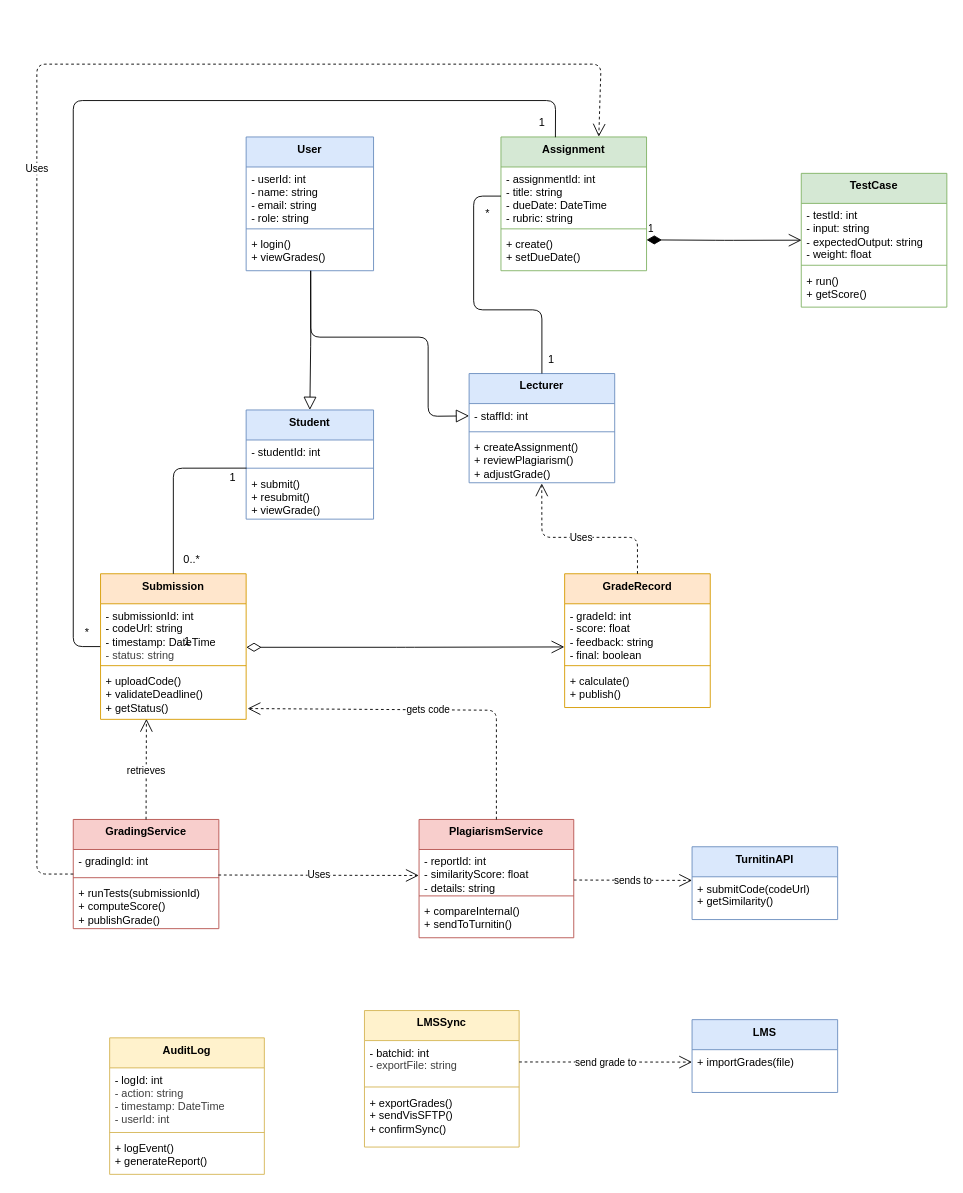
The draw.io diagram Practicals/practical 3/class_diagram.drawio in Gayley007/SS2026_SDA202_02240340, before the edit. Source tidied: cells renumbered, new cells numbered last; positions are measured from the earlier drawing's top-left corner, leaving out a move shared by most shapes. Both pictures are drawn from the tidied source at 91%, with x=0, y=0 at pixel (36, 64).
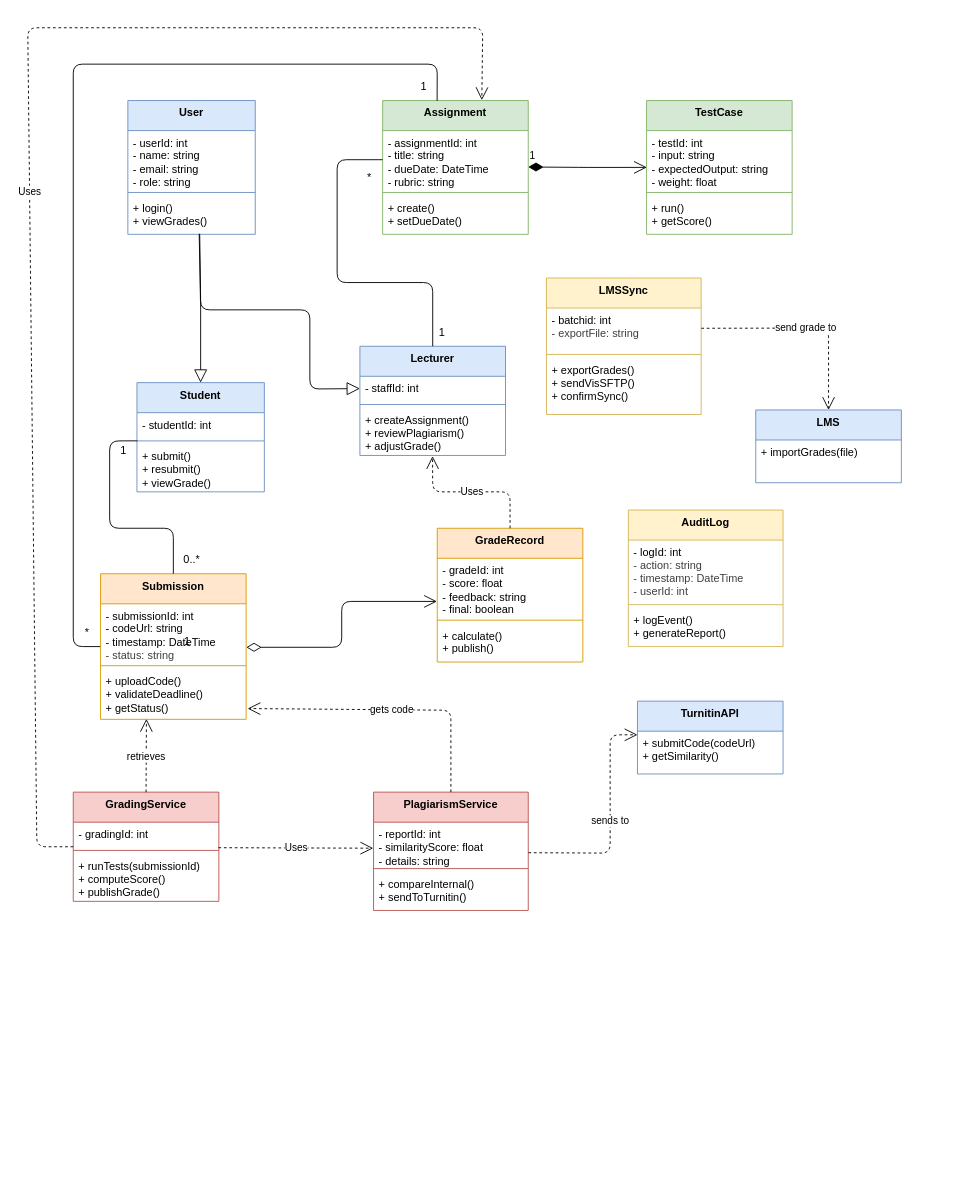
After the change.

The change refers to these unchanged cells:
```xml
<mxCell id="5" value="&lt;span style=&quot;scrollbar-color: rgb(226, 226, 226) rgb(251, 251, 251); text-wrap-mode: nowrap; color: rgb(0, 0, 0);&quot;&gt;+ login()&lt;/span&gt;&lt;br style=&quot;scrollbar-color: rgb(226, 226, 226) rgb(251, 251, 251); text-wrap-mode: nowrap; padding: 0px; margin: 0px; color: rgb(63, 63, 63);&quot;&gt;&lt;span style=&quot;scrollbar-color: rgb(226, 226, 226) rgb(251, 251, 251); text-wrap-mode: nowrap; color: rgb(0, 0, 0);&quot;&gt;+ viewGrades()&lt;/span&gt;" style="text;strokeColor=none;fillColor=none;align=left;verticalAlign=top;spacingLeft=4;spacingRight=4;overflow=hidden;points=[[0,0.5],[1,0.5]];portConstraint=eastwest;whiteSpace=wrap;html=1;" parent="2" vertex="1">
  <mxGeometry y="105" width="140" height="42" as="geometry" />
</mxCell>
<mxCell id="9" value="&lt;span style=&quot;scrollbar-color: rgb(226, 226, 226) rgb(251, 251, 251); text-wrap-mode: nowrap; color: rgb(0, 0, 0);&quot;&gt;+ submit()&lt;/span&gt;&lt;br style=&quot;scrollbar-color: rgb(226, 226, 226) rgb(251, 251, 251); text-wrap-mode: nowrap; padding: 0px; margin: 0px; color: rgb(63, 63, 63);&quot;&gt;&lt;span style=&quot;scrollbar-color: rgb(226, 226, 226) rgb(251, 251, 251); text-wrap-mode: nowrap; color: rgb(0, 0, 0);&quot;&gt;+ resubmit()&lt;/span&gt;&lt;div&gt;&lt;font color=&quot;#000000&quot;&gt;&lt;span style=&quot;text-wrap-mode: nowrap;&quot;&gt;+ viewGrade()&lt;/span&gt;&lt;/font&gt;&lt;/div&gt;" style="text;strokeColor=none;fillColor=none;align=left;verticalAlign=top;spacingLeft=4;spacingRight=4;overflow=hidden;points=[[0,0.5],[1,0.5]];portConstraint=eastwest;whiteSpace=wrap;html=1;" parent="6" vertex="1">
  <mxGeometry y="68" width="140" height="52" as="geometry" />
</mxCell>
<mxCell id="11" value="&lt;span style=&quot;text-wrap-mode: nowrap;&quot;&gt;- staffId: int&lt;/span&gt;" style="text;strokeColor=none;fillColor=none;align=left;verticalAlign=top;spacingLeft=4;spacingRight=4;overflow=hidden;points=[[0,0.5],[1,0.5]];portConstraint=eastwest;whiteSpace=wrap;html=1;" parent="10" vertex="1">
  <mxGeometry y="33" width="160" height="27" as="geometry" />
</mxCell>
<mxCell id="13" value="&lt;span style=&quot;scrollbar-color: rgb(226, 226, 226) rgb(251, 251, 251); text-wrap-mode: nowrap; color: rgb(0, 0, 0);&quot;&gt;+ createAssignment()&lt;/span&gt;&lt;br style=&quot;scrollbar-color: rgb(226, 226, 226) rgb(251, 251, 251); text-wrap-mode: nowrap; padding: 0px; margin: 0px; color: rgb(63, 63, 63);&quot;&gt;&lt;span style=&quot;scrollbar-color: rgb(226, 226, 226) rgb(251, 251, 251); text-wrap-mode: nowrap; color: rgb(0, 0, 0);&quot;&gt;+ reviewPlagiarism()&lt;/span&gt;&lt;div&gt;&lt;font color=&quot;#000000&quot;&gt;&lt;span style=&quot;text-wrap-mode: nowrap;&quot;&gt;+ adjustGrade()&lt;/span&gt;&lt;/font&gt;&lt;/div&gt;" style="text;strokeColor=none;fillColor=none;align=left;verticalAlign=top;spacingLeft=4;spacingRight=4;overflow=hidden;points=[[0,0.5],[1,0.5]];portConstraint=eastwest;whiteSpace=wrap;html=1;" parent="10" vertex="1">
  <mxGeometry y="68" width="160" height="52" as="geometry" />
</mxCell>
<mxCell id="15" value="&lt;span style=&quot;scrollbar-color: rgb(226, 226, 226) rgb(251, 251, 251); text-wrap-mode: nowrap; color: rgb(0, 0, 0);&quot;&gt;- assignmentId: int&lt;br&gt;&lt;/span&gt;&lt;div&gt;&lt;span style=&quot;scrollbar-color: rgb(226, 226, 226) rgb(251, 251, 251); text-wrap-mode: nowrap; color: rgb(0, 0, 0);&quot;&gt;- title: string&lt;/span&gt;&lt;/div&gt;&lt;div&gt;&lt;span style=&quot;scrollbar-color: rgb(226, 226, 226) rgb(251, 251, 251); text-wrap-mode: nowrap; color: rgb(0, 0, 0);&quot;&gt;- dueDate: DateTime&lt;/span&gt;&lt;/div&gt;&lt;div&gt;&lt;font color=&quot;#000000&quot;&gt;&lt;span style=&quot;text-wrap-mode: nowrap;&quot;&gt;- rubric: string&lt;/span&gt;&lt;/font&gt;&lt;/div&gt;" style="text;strokeColor=none;fillColor=none;align=left;verticalAlign=top;spacingLeft=4;spacingRight=4;overflow=hidden;points=[[0,0.5],[1,0.5]];portConstraint=eastwest;whiteSpace=wrap;html=1;" parent="14" vertex="1">
  <mxGeometry y="33" width="160" height="64" as="geometry" />
</mxCell>
<mxCell id="19" value="&lt;span style=&quot;scrollbar-color: rgb(226, 226, 226) rgb(251, 251, 251); text-wrap-mode: nowrap; color: rgb(0, 0, 0);&quot;&gt;- testId: int&lt;br&gt;&lt;/span&gt;&lt;div&gt;&lt;span style=&quot;scrollbar-color: rgb(226, 226, 226) rgb(251, 251, 251); text-wrap-mode: nowrap; color: rgb(0, 0, 0);&quot;&gt;- input: string&lt;/span&gt;&lt;/div&gt;&lt;div&gt;&lt;font color=&quot;#000000&quot;&gt;&lt;span style=&quot;text-wrap-mode: nowrap;&quot;&gt;- expectedOutput: string&lt;/span&gt;&lt;/font&gt;&lt;/div&gt;&lt;div&gt;&lt;font color=&quot;#000000&quot;&gt;&lt;span style=&quot;text-wrap-mode: nowrap;&quot;&gt;- weight: float&lt;/span&gt;&lt;/font&gt;&lt;/div&gt;" style="text;strokeColor=none;fillColor=none;align=left;verticalAlign=top;spacingLeft=4;spacingRight=4;overflow=hidden;points=[[0,0.5],[1,0.5]];portConstraint=eastwest;whiteSpace=wrap;html=1;" parent="18" vertex="1">
  <mxGeometry y="33" width="160" height="64" as="geometry" />
</mxCell>
<mxCell id="26" value="Submission" style="swimlane;fontStyle=1;align=center;verticalAlign=top;horizontal=1;startSize=33;whiteSpace=wrap;html=1;fillColor=#ffe6cc;strokeColor=#d79b00;" parent="1" vertex="1">
  <mxGeometry x="70" y="560" width="160" height="160" as="geometry" />
</mxCell>
<mxCell id="29" value="&lt;span style=&quot;scrollbar-color: rgb(226, 226, 226) rgb(251, 251, 251); text-wrap-mode: nowrap; color: rgb(0, 0, 0);&quot;&gt;+ uploadCode()&lt;/span&gt;&lt;br style=&quot;scrollbar-color: rgb(226, 226, 226) rgb(251, 251, 251); text-wrap-mode: nowrap; padding: 0px; margin: 0px; color: rgb(63, 63, 63);&quot;&gt;&lt;span style=&quot;scrollbar-color: rgb(226, 226, 226) rgb(251, 251, 251); text-wrap-mode: nowrap; color: rgb(0, 0, 0);&quot;&gt;+ validateDeadline()&lt;/span&gt;&lt;div&gt;&lt;font color=&quot;#000000&quot;&gt;&lt;span style=&quot;text-wrap-mode: nowrap;&quot;&gt;+ getStatus()&lt;/span&gt;&lt;/font&gt;&lt;/div&gt;" style="text;strokeColor=none;fillColor=none;align=left;verticalAlign=top;spacingLeft=4;spacingRight=4;overflow=hidden;points=[[0,0.5],[1,0.5]];portConstraint=eastwest;whiteSpace=wrap;html=1;" parent="26" vertex="1">
  <mxGeometry y="105" width="160" height="55" as="geometry" />
</mxCell>
<mxCell id="35" value="&lt;span style=&quot;text-wrap-mode: nowrap;&quot;&gt;- reportId: int&lt;/span&gt;&lt;div&gt;&lt;span style=&quot;text-wrap-mode: nowrap;&quot;&gt;- similarityScore: float&lt;/span&gt;&lt;/div&gt;&lt;div&gt;&lt;span style=&quot;text-wrap-mode: nowrap;&quot;&gt;- details: string&lt;/span&gt;&lt;/div&gt;" style="text;strokeColor=none;fillColor=none;align=left;verticalAlign=top;spacingLeft=4;spacingRight=4;overflow=hidden;points=[[0,0.5],[1,0.5]];portConstraint=eastwest;whiteSpace=wrap;html=1;" parent="34" vertex="1">
  <mxGeometry y="33" width="170" height="47" as="geometry" />
</mxCell>
<mxCell id="39" value="&lt;span style=&quot;text-wrap-mode: nowrap;&quot;&gt;+ submitCode(codeUrl)&lt;/span&gt;&lt;div&gt;&lt;span style=&quot;text-wrap-mode: nowrap;&quot;&gt;+ getSimilarity()&lt;/span&gt;&lt;/div&gt;" style="text;strokeColor=none;fillColor=none;align=left;verticalAlign=top;spacingLeft=4;spacingRight=4;overflow=hidden;points=[[0,0.5],[1,0.5]];portConstraint=eastwest;whiteSpace=wrap;html=1;" parent="38" vertex="1">
  <mxGeometry y="33" width="160" height="47" as="geometry" />
</mxCell>
<mxCell id="41" value="&lt;span style=&quot;text-wrap-mode: nowrap;&quot;&gt;+ importGrades(file)&amp;nbsp;&lt;/span&gt;" style="text;strokeColor=none;fillColor=none;align=left;verticalAlign=top;spacingLeft=4;spacingRight=4;overflow=hidden;points=[[0,0.5],[1,0.5]];portConstraint=eastwest;whiteSpace=wrap;html=1;" parent="40" vertex="1">
  <mxGeometry y="33" width="160" height="47" as="geometry" />
</mxCell>
<mxCell id="43" value="&lt;span style=&quot;text-wrap-mode: nowrap;&quot;&gt;- batchid: int&lt;/span&gt;&lt;div&gt;&lt;span style=&quot;background-color: transparent; color: rgb(63, 63, 63); text-wrap-mode: nowrap;&quot;&gt;- exportFile: string&lt;/span&gt;&lt;/div&gt;" style="text;strokeColor=none;fillColor=none;align=left;verticalAlign=top;spacingLeft=4;spacingRight=4;overflow=hidden;points=[[0,0.5],[1,0.5]];portConstraint=eastwest;whiteSpace=wrap;html=1;" parent="42" vertex="1">
  <mxGeometry y="33" width="170" height="47" as="geometry" />
</mxCell>
<mxCell id="67" value="*" style="text;html=1;align=center;verticalAlign=middle;points=[];strokeColor=none;fillColor=none;" parent="1" vertex="1">
  <mxGeometry x="40" y="610" width="30" height="30" as="geometry" />
</mxCell>
```

Diff of the diagram source:
```diff
@@
     <mxCell id="2" value="User" style="swimlane;fontStyle=1;align=center;verticalAlign=top;horizontal=1;startSize=33;whiteSpace=wrap;html=1;fillColor=#dae8fc;strokeColor=#6c8ebf;" parent="1" vertex="1">
-      <mxGeometry x="230" y="80" width="140" height="147" as="geometry" />
+      <mxGeometry x="100" y="40" width="140" height="147" as="geometry" />
     </mxCell>
@@
     <mxCell id="6" value="Student" style="swimlane;fontStyle=1;align=center;verticalAlign=top;horizontal=1;startSize=33;whiteSpace=wrap;html=1;fillColor=#dae8fc;strokeColor=#6c8ebf;" parent="1" vertex="1">
-      <mxGeometry x="230" y="380" width="140" height="120" as="geometry" />
+      <mxGeometry x="110" y="350" width="140" height="120" as="geometry" />
     </mxCell>
@@
     <mxCell id="10" value="Lecturer" style="swimlane;fontStyle=1;align=center;verticalAlign=top;horizontal=1;startSize=33;whiteSpace=wrap;html=1;fillColor=#dae8fc;strokeColor=#6c8ebf;" parent="1" vertex="1">
-      <mxGeometry x="475" y="340" width="160" height="120" as="geometry" />
+      <mxGeometry x="355" y="310" width="160" height="120" as="geometry" />
     </mxCell>
@@
     <mxCell id="14" value="Assignment" style="swimlane;fontStyle=1;align=center;verticalAlign=top;horizontal=1;startSize=33;whiteSpace=wrap;html=1;fillColor=#d5e8d4;strokeColor=#82b366;" parent="1" vertex="1">
-      <mxGeometry x="510" y="80" width="160" height="147" as="geometry" />
+      <mxGeometry x="380" y="40" width="160" height="147" as="geometry" />
     </mxCell>
@@
     <mxCell id="18" value="TestCase" style="swimlane;fontStyle=1;align=center;verticalAlign=top;horizontal=1;startSize=33;whiteSpace=wrap;html=1;fillColor=#d5e8d4;strokeColor=#82b366;" parent="1" vertex="1">
-      <mxGeometry x="840" y="120" width="160" height="147" as="geometry" />
+      <mxGeometry x="670" y="40" width="160" height="147" as="geometry" />
     </mxCell>
@@
     <mxCell id="22" value="GradeRecord" style="swimlane;fontStyle=1;align=center;verticalAlign=top;horizontal=1;startSize=33;whiteSpace=wrap;html=1;fillColor=#ffe6cc;strokeColor=#d79b00;" parent="1" vertex="1">
-      <mxGeometry x="580" y="560" width="160" height="147" as="geometry" />
+      <mxGeometry x="440" y="510" width="160" height="147" as="geometry" />
     </mxCell>
@@
     <mxCell id="30" value="GradingService" style="swimlane;fontStyle=1;align=center;verticalAlign=top;horizontal=1;startSize=33;whiteSpace=wrap;html=1;fillColor=#f8cecc;strokeColor=#b85450;" parent="1" vertex="1">
-      <mxGeometry x="40" y="830" width="160" height="120" as="geometry" />
+      <mxGeometry x="40" y="800" width="160" height="120" as="geometry" />
     </mxCell>
@@
     <mxCell id="34" value="PlagiarismService" style="swimlane;fontStyle=1;align=center;verticalAlign=top;horizontal=1;startSize=33;whiteSpace=wrap;html=1;fillColor=#f8cecc;strokeColor=#b85450;" parent="1" vertex="1">
-      <mxGeometry x="420" y="830" width="170" height="130" as="geometry" />
+      <mxGeometry x="370" y="800" width="170" height="130" as="geometry" />
     </mxCell>
@@
     <mxCell id="38" value="TurnitinAPI" style="swimlane;fontStyle=1;align=center;verticalAlign=top;horizontal=1;startSize=33;whiteSpace=wrap;html=1;fillColor=#dae8fc;strokeColor=#6c8ebf;" parent="1" vertex="1">
-      <mxGeometry x="720" y="860" width="160" height="80" as="geometry" />
+      <mxGeometry x="660" y="700" width="160" height="80" as="geometry" />
     </mxCell>
@@
     <mxCell id="40" value="LMS" style="swimlane;fontStyle=1;align=center;verticalAlign=top;horizontal=1;startSize=33;whiteSpace=wrap;html=1;fillColor=#dae8fc;strokeColor=#6c8ebf;" parent="1" vertex="1">
-      <mxGeometry x="720" y="1050" width="160" height="80" as="geometry" />
+      <mxGeometry x="790" y="380" width="160" height="80" as="geometry" />
     </mxCell>
@@
     <mxCell id="42" value="LMSSync" style="swimlane;fontStyle=1;align=center;verticalAlign=top;horizontal=1;startSize=33;whiteSpace=wrap;html=1;fillColor=#fff2cc;strokeColor=#d6b656;" parent="1" vertex="1">
-      <mxGeometry x="360" y="1040" width="170" height="150" as="geometry" />
+      <mxGeometry x="560" y="235" width="170" height="150" as="geometry" />
     </mxCell>
@@
     <mxCell id="46" value="AuditLog" style="swimlane;fontStyle=1;align=center;verticalAlign=top;horizontal=1;startSize=33;whiteSpace=wrap;html=1;fillColor=#fff2cc;strokeColor=#d6b656;" parent="1" vertex="1">
-      <mxGeometry x="80" y="1070" width="170" height="150" as="geometry" />
+      <mxGeometry x="650" y="490" width="170" height="150" as="geometry" />
     </mxCell>
@@
     <mxCell id="50" style="endArrow=none;html=1;entryX=0;entryY=0.5;entryDx=0;entryDy=0;exitX=0.5;exitY=0;exitDx=0;exitDy=0;" parent="1" edge="1" source="10" target="15">
       <mxGeometry relative="1" as="geometry">
         <Array as="points">
-          <mxPoint x="555" y="270" />
-          <mxPoint x="480" y="270" />
-          <mxPoint x="480" y="145" />
+          <mxPoint x="435" y="240" />
+          <mxPoint x="330" y="240" />
+          <mxPoint x="330" y="105" />
         </Array>
       </mxGeometry>
     </mxCell>
-    <mxCell id="51" style="edgeStyle=none;html=1;endSize=12;endArrow=block;endFill=0;entryX=0.5;entryY=0;entryDx=0;entryDy=0;exitX=0.507;exitY=0.998;exitDx=0;exitDy=0;exitPerimeter=0;" parent="1" edge="1" source="5" target="6">
+    <mxCell id="51" style="edgeStyle=none;html=1;endSize=12;endArrow=block;endFill=0;entryX=0.5;entryY=0;entryDx=0;entryDy=0;exitX=0.564;exitY=0.997;exitDx=0;exitDy=0;exitPerimeter=0;" parent="1" edge="1" source="5" target="6">
       <mxGeometry relative="1" as="geometry">
         <Array as="points">
-          <mxPoint x="301" y="300" />
+          <mxPoint x="180" y="260" />
         </Array>
       </mxGeometry>
     </mxCell>
@@
     <mxCell id="53" value="sends to" style="endArrow=open;endSize=12;dashed=1;html=1;exitX=1.001;exitY=0.714;exitDx=0;exitDy=0;exitPerimeter=0;entryX=0;entryY=0.085;entryDx=0;entryDy=0;entryPerimeter=0;" parent="1" edge="1" source="35" target="39">
-      <mxGeometry relative="1" as="geometry" />
+      <mxGeometry relative="1" as="geometry">
+        <Array as="points">
+          <mxPoint x="630" y="867" />
+          <mxPoint x="630" y="737" />
+        </Array>
+      </mxGeometry>
     </mxCell>
-    <mxCell id="54" value="send grade to" style="endArrow=open;endSize=12;dashed=1;html=1;exitX=1;exitY=0.5;exitDx=0;exitDy=0;entryX=0;entryY=0.29;entryDx=0;entryDy=0;entryPerimeter=0;" parent="1" edge="1" source="43" target="41">
-      <mxGeometry relative="1" as="geometry" />
+    <mxCell id="54" value="send grade to" style="endArrow=open;endSize=12;dashed=1;html=1;exitX=1.001;exitY=0.473;exitDx=0;exitDy=0;entryX=0.5;entryY=0;entryDx=0;entryDy=0;exitPerimeter=0;" parent="1" edge="1" source="43" target="40">
+      <mxGeometry relative="1" as="geometry">
+        <Array as="points">
+          <mxPoint x="870" y="290" />
+        </Array>
+      </mxGeometry>
     </mxCell>
     <mxCell id="55" value="Uses" style="endArrow=open;endSize=12;dashed=1;html=1;exitX=0.5;exitY=0;exitDx=0;exitDy=0;entryX=0.499;entryY=1.014;entryDx=0;entryDy=0;entryPerimeter=0;" parent="1" edge="1" source="22" target="13">
       <mxGeometry relative="1" as="geometry">
         <Array as="points">
-          <mxPoint x="660" y="520" />
-          <mxPoint x="555" y="520" />
+          <mxPoint x="520" y="470" />
+          <mxPoint x="435" y="470" />
         </Array>
       </mxGeometry>
     </mxCell>
-    <mxCell id="56" style="edgeStyle=none;html=1;endSize=12;endArrow=block;endFill=0;entryX=0;entryY=0.5;entryDx=0;entryDy=0;exitX=0.506;exitY=1.006;exitDx=0;exitDy=0;exitPerimeter=0;" parent="1" edge="1" source="5" target="11">
+    <mxCell id="56" style="edgeStyle=none;html=1;endSize=12;endArrow=block;endFill=0;entryX=0;entryY=0.5;entryDx=0;entryDy=0;exitX=0.56;exitY=0.984;exitDx=0;exitDy=0;exitPerimeter=0;" parent="1" edge="1" source="5" target="11">
       <mxGeometry relative="1" as="geometry">
         <Array as="points">
-          <mxPoint x="301" y="300" />
-          <mxPoint x="430" y="300" />
-          <mxPoint x="430" y="387" />
+          <mxPoint x="180" y="270" />
+          <mxPoint x="300" y="270" />
+          <mxPoint x="300" y="357" />
         </Array>
       </mxGeometry>
     </mxCell>
     <mxCell id="57" value="1" style="text;html=1;align=center;verticalAlign=middle;strokeColor=none;fillColor=none;" parent="1" vertex="1">
-      <mxGeometry x="550" y="310" width="30" height="30" as="geometry" />
+      <mxGeometry x="430" y="280" width="30" height="30" as="geometry" />
     </mxCell>
     <mxCell id="58" value="*" style="text;html=1;align=center;verticalAlign=middle;strokeColor=none;fillColor=none;" parent="1" vertex="1">
-      <mxGeometry x="480" y="150" width="30" height="30" as="geometry" />
+      <mxGeometry x="350" y="110" width="30" height="30" as="geometry" />
     </mxCell>
     <mxCell id="59" value="1" style="endArrow=open;html=1;endSize=12;startArrow=diamondThin;startSize=14;startFill=1;edgeStyle=orthogonalEdgeStyle;align=left;verticalAlign=bottom;entryX=0.002;entryY=0.632;entryDx=0;entryDy=0;entryPerimeter=0;" parent="1" edge="1" target="19">
       <mxGeometry x="-1" y="3" relative="1" as="geometry">
-        <mxPoint x="670" y="193.1" as="sourcePoint" />
+        <mxPoint x="540" y="113" as="sourcePoint" />
       </mxGeometry>
     </mxCell>
@@
     <mxCell id="61" style="endArrow=none;html=1;entryX=0.003;entryY=-0.078;entryDx=0;entryDy=0;exitX=0.5;exitY=0;exitDx=0;exitDy=0;entryPerimeter=0;" parent="1" edge="1" source="26" target="9">
       <mxGeometry relative="1" as="geometry">
         <Array as="points">
-          <mxPoint x="150" y="444" />
+          <mxPoint x="150" y="510" />
+          <mxPoint x="80" y="510" />
+          <mxPoint x="80" y="414" />
         </Array>
       </mxGeometry>
     </mxCell>
@@
     <mxCell id="63" value="1" style="text;html=1;align=center;verticalAlign=middle;strokeColor=none;fillColor=none;" parent="1" vertex="1">
-      <mxGeometry x="200" y="440" width="30" height="30" as="geometry" />
+      <mxGeometry x="80" y="410" width="30" height="30" as="geometry" />
     </mxCell>
@@
     <mxCell id="65" style="endArrow=none;html=1;exitX=0.985;exitY=1.001;exitDx=0;exitDy=0;exitPerimeter=0;entryX=0.374;entryY=0.002;entryDx=0;entryDy=0;entryPerimeter=0;" parent="1" edge="1" source="67" target="14">
       <mxGeometry relative="1" as="geometry">
         <Array as="points">
           <mxPoint x="40" y="640" />
-          <mxPoint x="40" y="40" />
-          <mxPoint x="570" y="40" />
+          <mxPoint x="40" />
+          <mxPoint x="440" />
         </Array>
       </mxGeometry>
     </mxCell>
     <mxCell id="66" value="1" style="text;html=1;align=center;verticalAlign=middle;strokeColor=none;fillColor=none;" parent="1" vertex="1">
-      <mxGeometry x="540" y="50" width="30" height="30" as="geometry" />
+      <mxGeometry x="410" y="10" width="30" height="30" as="geometry" />
     </mxCell>
@@
-    <mxCell id="69" value="Uses" style="endArrow=open;endSize=12;dashed=1;html=1;exitX=0;exitY=0.5;exitDx=0;exitDy=0;entryX=0.672;entryY=-0.002;entryDx=0;entryDy=0;entryPerimeter=0;" parent="1" edge="1" source="30" target="14">
+    <mxCell id="69" value="Uses" style="endArrow=open;endSize=12;dashed=1;html=1;exitX=0;exitY=0.5;exitDx=0;exitDy=0;entryX=0.681;entryY=-0.003;entryDx=0;entryDy=0;entryPerimeter=0;" parent="1" edge="1" source="30" target="14">
       <mxGeometry relative="1" as="geometry">
         <Array as="points">
-          <mxPoint y="890" />
-          <mxPoint />
-          <mxPoint x="620" />
+          <mxPoint y="860" />
+          <mxPoint x="-10" y="-40" />
+          <mxPoint x="490" y="-40" />
         </Array>
       </mxGeometry>
     </mxCell>
     <mxCell id="70" value="gets code" style="endArrow=open;endSize=12;dashed=1;html=1;exitX=0.5;exitY=0;exitDx=0;exitDy=0;entryX=1.01;entryY=0.784;entryDx=0;entryDy=0;entryPerimeter=0;" parent="1" edge="1" source="34" target="29">
       <mxGeometry x="-0.01" relative="1" as="geometry">
         <Array as="points">
-          <mxPoint x="505" y="710" />
+          <mxPoint x="455" y="710" />
         </Array>
       </mxGeometry>
     </mxCell>
```
